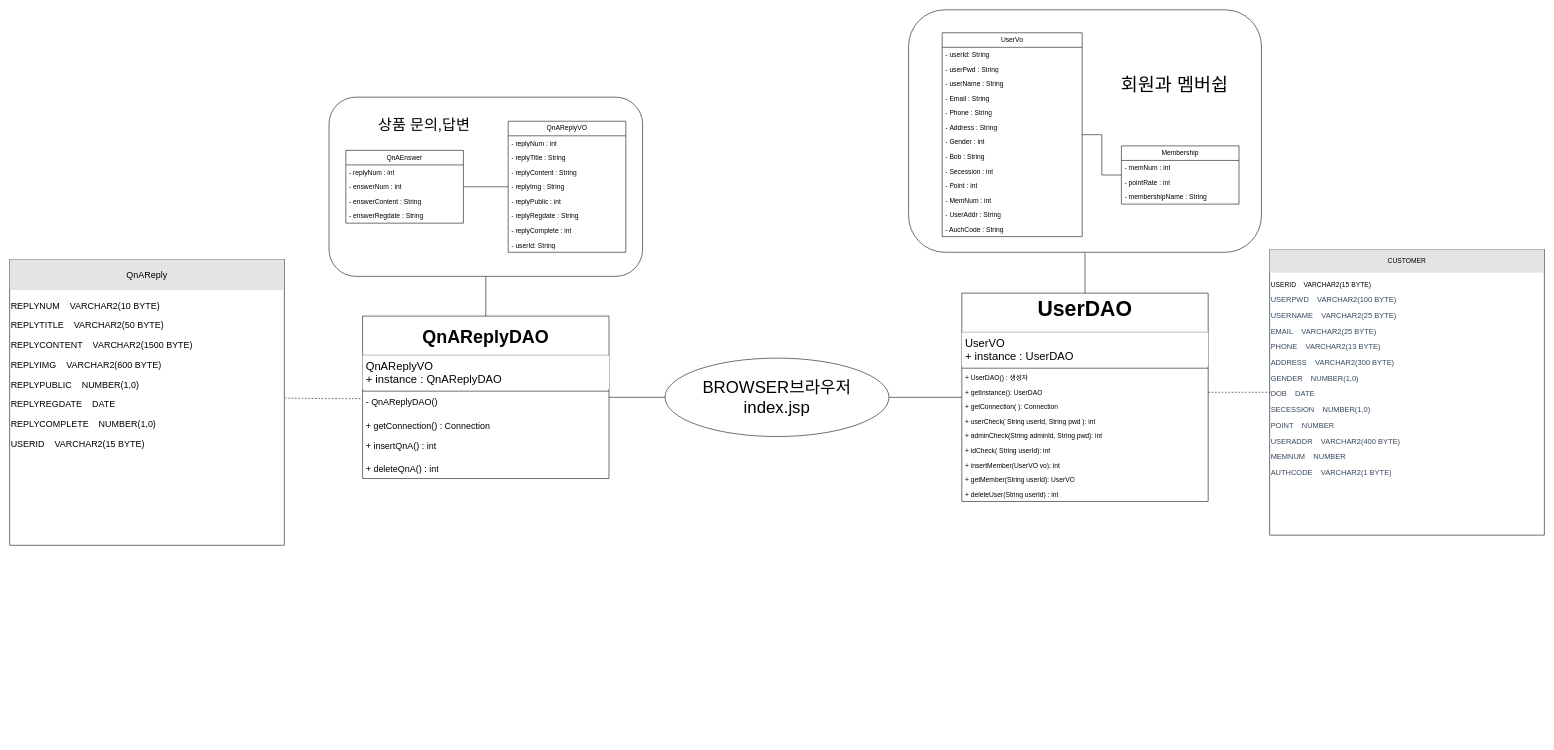
This is 제목 없는 다이어그램.drawio from appcoding-ux/0921, a draw.io file, before an edit. Source tidied: cells renumbered, new cells numbered last; positions are measured from the earlier drawing's top-left corner, leaving out a move shared by most shapes. Both pictures are drawn from the tidied source at 56%, with x=0, y=0 at pixel (10, 10).
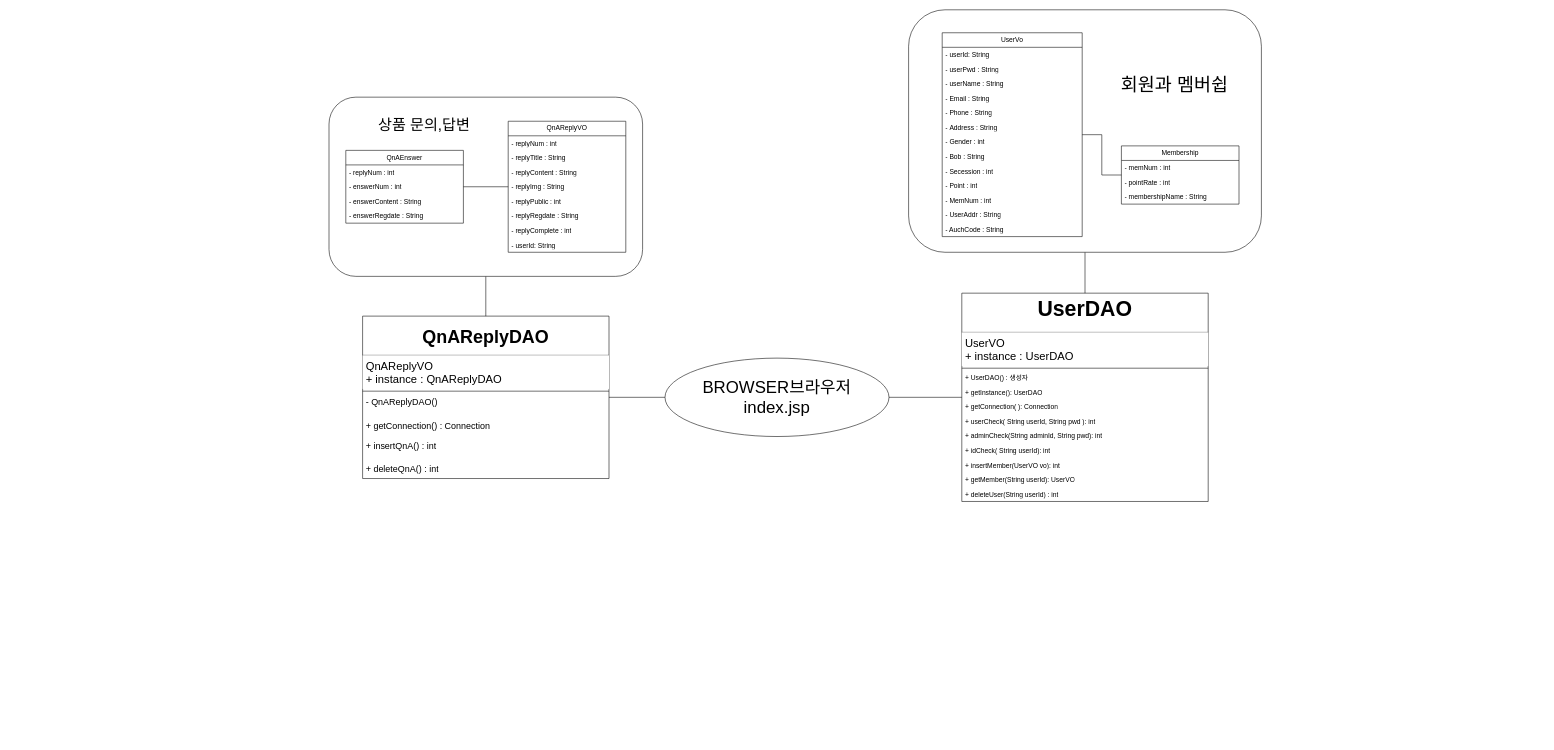
After the change.

Commit message:
제목 없는 다이어그램.drawio 업데이트

Unchanged cells that the change refers to:
```xml
<mxCell id="10" value="+ getInstance(): UserDAO" style="text;strokeColor=none;fillColor=none;align=left;verticalAlign=top;spacingLeft=4;spacingRight=4;overflow=hidden;points=[[0,0.5],[1,0.5]];portConstraint=eastwest;whiteSpace=wrap;html=1;" parent="6" vertex="1">
  <mxGeometry y="164" width="440" height="26" as="geometry" />
</mxCell>
<mxCell id="22" value="&lt;font style=&quot;font-size: 16px;&quot;&gt;- QnAReplyDAO()&lt;/font&gt;" style="text;strokeColor=none;fillColor=none;align=left;verticalAlign=top;spacingLeft=4;spacingRight=4;overflow=hidden;points=[[0,0.5],[1,0.5]];portConstraint=eastwest;whiteSpace=wrap;html=1;" parent="19" vertex="1">
  <mxGeometry y="138" width="440" height="42" as="geometry" />
</mxCell>
```

Change to the diagram source:
```diff
@@
-    <mxCell id="18" value="&lt;div style=&quot;box-sizing:border-box;width:100%;background:#e4e4e4;padding:2px;&quot;&gt;&lt;p style=&quot;text-align: center&quot;&gt;CUSTOMER&lt;/p&gt;&lt;/div&gt;&lt;table style=&quot;width:100%;font-size:1em;&quot; cellpadding=&quot;2&quot; cellspacing=&quot;0&quot;&gt;&lt;tbody&gt;&lt;tr&gt;&lt;td&gt;&lt;p&gt;USERID&lt;span style=&quot;white-space: pre;&quot;&gt;&amp;nbsp;&amp;nbsp;&amp;nbsp;&amp;nbsp;&lt;/span&gt;VARCHAR2(15 BYTE)&lt;/p&gt;&lt;p&gt;&lt;span style=&quot;color: rgb(53, 72, 96); font-size: 10pt; font-family: noto_regular&quot;&gt;USERPWD&lt;span style=&quot;white-space: pre;&quot;&gt;&amp;nbsp;&amp;nbsp;&amp;nbsp;&amp;nbsp;&lt;/span&gt;VARCHAR2(100 BYTE)&lt;/span&gt;&lt;/p&gt;&lt;p&gt;&lt;span style=&quot;color: rgb(53, 72, 96); font-size: 10pt; font-family: noto_regular&quot;&gt;USERNAME&lt;span style=&quot;white-space: pre;&quot;&gt;&amp;nbsp;&amp;nbsp;&amp;nbsp;&amp;nbsp;&lt;/span&gt;VARCHAR2(25 BYTE)&lt;/span&gt;&lt;/p&gt;&lt;p&gt;&lt;span style=&quot;color: rgb(53, 72, 96); font-size: 10pt; font-family: noto_regular&quot;&gt;EMAIL&lt;span style=&quot;white-space: pre;&quot;&gt;&amp;nbsp;&amp;nbsp;&amp;nbsp;&amp;nbsp;&lt;/span&gt;VARCHAR2(25 BYTE)&lt;/span&gt;&lt;/p&gt;&lt;p&gt;&lt;span style=&quot;color: rgb(53, 72, 96); font-size: 10pt; font-family: noto_regular&quot;&gt;PHONE&lt;span style=&quot;white-space: pre;&quot;&gt;&amp;nbsp;&amp;nbsp;&amp;nbsp;&amp;nbsp;&lt;/span&gt;VARCHAR2(13 BYTE)&lt;/span&gt;&lt;/p&gt;&lt;p&gt;&lt;span style=&quot;color: rgb(53, 72, 96); font-size: 10pt; font-family: noto_regular&quot;&gt;ADDRESS&lt;span style=&quot;white-space: pre;&quot;&gt;&amp;nbsp;&amp;nbsp;&amp;nbsp;&amp;nbsp;&lt;/span&gt;VARCHAR2(300 BYTE)&lt;/span&gt;&lt;/p&gt;&lt;p&gt;&lt;span style=&quot;color: rgb(53, 72, 96); font-size: 10pt; font-family: noto_regular&quot;&gt;GENDER&lt;span style=&quot;white-space: pre;&quot;&gt;&amp;nbsp;&amp;nbsp;&amp;nbsp;&amp;nbsp;&lt;/span&gt;NUMBER(1,0)&lt;/span&gt;&lt;/p&gt;&lt;p&gt;&lt;span style=&quot;color: rgb(53, 72, 96); font-size: 10pt; font-family: noto_regular&quot;&gt;DOB&lt;span style=&quot;white-space: pre;&quot;&gt;&amp;nbsp;&amp;nbsp;&amp;nbsp;&amp;nbsp;&lt;/span&gt;DATE&lt;/span&gt;&lt;/p&gt;&lt;p&gt;&lt;span style=&quot;color: rgb(53, 72, 96); font-size: 10pt; font-family: noto_regular&quot;&gt;SECESSION&lt;span style=&quot;white-space: pre;&quot;&gt;&amp;nbsp;&amp;nbsp;&amp;nbsp;&amp;nbsp;&lt;/span&gt;NUMBER(1,0)&lt;/span&gt;&lt;/p&gt;&lt;p&gt;&lt;span style=&quot;color: rgb(53, 72, 96); font-size: 10pt; font-family: noto_regular&quot;&gt;POINT&lt;span style=&quot;white-space: pre;&quot;&gt;&amp;nbsp;&amp;nbsp;&amp;nbsp;&amp;nbsp;&lt;/span&gt;NUMBER&lt;/span&gt;&lt;/p&gt;&lt;p&gt;&lt;span style=&quot;color: rgb(53, 72, 96); font-size: 10pt; font-family: noto_regular&quot;&gt;USERADDR&lt;span style=&quot;white-space: pre;&quot;&gt;&amp;nbsp;&amp;nbsp;&amp;nbsp;&amp;nbsp;&lt;/span&gt;VARCHAR2(400 BYTE)&lt;/span&gt;&lt;/p&gt;&lt;p&gt;&lt;span style=&quot;color: rgb(53, 72, 96); font-size: 10pt; font-family: noto_regular&quot;&gt;MEMNUM&lt;span style=&quot;white-space: pre;&quot;&gt;&amp;nbsp;&amp;nbsp;&amp;nbsp;&amp;nbsp;&lt;/span&gt;NUMBER&lt;/span&gt;&lt;/p&gt;&lt;p&gt;&lt;span style=&quot;color: rgb(53, 72, 96); font-size: 10pt; font-family: noto_regular&quot;&gt;AUTHCODE&lt;span style=&quot;white-space: pre;&quot;&gt;&amp;nbsp;&amp;nbsp;&amp;nbsp;&amp;nbsp;&lt;/span&gt;VARCHAR2(1 BYTE)&lt;/span&gt;&lt;/p&gt;&lt;/td&gt;&lt;td&gt;&lt;br&gt;&lt;/td&gt;&lt;/tr&gt;&lt;/tbody&gt;&lt;/table&gt;" style="verticalAlign=top;align=left;overflow=fill;html=1;whiteSpace=wrap;" parent="1" vertex="1">
-      <mxGeometry x="2250" y="428" width="490" height="510" as="geometry" />
-    </mxCell>
@@
-    <mxCell id="26" value="&lt;div style=&quot;box-sizing: border-box; width: 100%; background: rgb(228, 228, 228); padding: 2px; font-size: 16px;&quot;&gt;&lt;p style=&quot;text-align: center&quot;&gt;QnAReply&lt;/p&gt;&lt;/div&gt;&lt;table style=&quot;width: 100%; font-size: 16px;&quot; cellpadding=&quot;2&quot; cellspacing=&quot;0&quot;&gt;&lt;tbody&gt;&lt;tr&gt;&lt;td&gt;&lt;p&gt;&lt;font style=&quot;font-size: 16px;&quot;&gt;REPLYNUM&lt;span style=&quot;white-space: pre;&quot;&gt;&amp;nbsp;&amp;nbsp;&amp;nbsp;&amp;nbsp;&lt;/span&gt;VARCHAR2(10 BYTE)&lt;/font&gt;&lt;/p&gt;&lt;p&gt;&lt;font style=&quot;font-size: 16px;&quot;&gt;REPLYTITLE&lt;span style=&quot;&quot;&gt;&lt;span style=&quot;white-space: pre;&quot;&gt;&amp;nbsp;&amp;nbsp;&amp;nbsp;&amp;nbsp;&lt;/span&gt;&lt;/span&gt;VARCHAR2(50 BYTE)&lt;/font&gt;&lt;/p&gt;&lt;p&gt;&lt;font style=&quot;font-size: 16px;&quot;&gt;REPLYCONTENT&lt;span style=&quot;&quot;&gt;&lt;span style=&quot;white-space: pre;&quot;&gt;&amp;nbsp;&amp;nbsp;&amp;nbsp;&amp;nbsp;&lt;/span&gt;&lt;/span&gt;VARCHAR2(1500 BYTE)&lt;/font&gt;&lt;/p&gt;&lt;p&gt;&lt;font style=&quot;font-size: 16px;&quot;&gt;REPLYIMG&lt;span style=&quot;&quot;&gt;&lt;span style=&quot;white-space: pre;&quot;&gt;&amp;nbsp;&amp;nbsp;&amp;nbsp;&amp;nbsp;&lt;/span&gt;&lt;/span&gt;VARCHAR2(600 BYTE)&lt;/font&gt;&lt;/p&gt;&lt;p&gt;&lt;font style=&quot;font-size: 16px;&quot;&gt;REPLYPUBLIC&lt;span style=&quot;&quot;&gt;&lt;span style=&quot;white-space: pre;&quot;&gt;&amp;nbsp;&amp;nbsp;&amp;nbsp;&amp;nbsp;&lt;/span&gt;&lt;/span&gt;NUMBER(1,0)&lt;/font&gt;&lt;/p&gt;&lt;p&gt;&lt;font style=&quot;font-size: 16px;&quot;&gt;REPLYREGDATE&lt;span style=&quot;&quot;&gt;&lt;span style=&quot;white-space: pre;&quot;&gt;&amp;nbsp;&amp;nbsp;&amp;nbsp;&amp;nbsp;&lt;/span&gt;&lt;/span&gt;DATE&lt;/font&gt;&lt;/p&gt;&lt;p&gt;&lt;font style=&quot;font-size: 16px;&quot;&gt;REPLYCOMPLETE&lt;span style=&quot;&quot;&gt;&lt;span style=&quot;white-space: pre;&quot;&gt;&amp;nbsp;&amp;nbsp;&amp;nbsp;&amp;nbsp;&lt;/span&gt;&lt;/span&gt;NUMBER(1,0)&lt;/font&gt;&lt;/p&gt;&lt;p&gt;&lt;font style=&quot;font-size: 16px;&quot;&gt;USERID&lt;span style=&quot;white-space: pre;&quot;&gt;&amp;nbsp;&amp;nbsp;&amp;nbsp;&amp;nbsp;&lt;/span&gt;VARCHAR2(15 BYTE)&lt;/font&gt;&lt;/p&gt;&lt;/td&gt;&lt;td&gt;&lt;br&gt;&lt;/td&gt;&lt;/tr&gt;&lt;/tbody&gt;&lt;/table&gt;" style="verticalAlign=top;align=left;overflow=fill;html=1;whiteSpace=wrap;" parent="1" vertex="1">
-      <mxGeometry y="446" width="490" height="510" as="geometry" />
-    </mxCell>
-    <mxCell id="27" style="edgeStyle=orthogonalEdgeStyle;rounded=0;jettySize=auto;html=1;exitX=-0.009;exitY=0.222;exitDx=0;exitDy=0;entryX=1.004;entryY=0.485;entryDx=0;entryDy=0;entryPerimeter=0;exitPerimeter=0;dashed=1;endArrow=none;endFill=0;" parent="1" edge="1" source="22" target="26">
-      <mxGeometry relative="1" as="geometry" />
-    </mxCell>
@@
-    <mxCell id="46" style="edgeStyle=orthogonalEdgeStyle;rounded=0;jettySize=auto;html=1;exitX=1;exitY=0.5;exitDx=0;exitDy=0;entryX=0;entryY=0.5;entryDx=0;entryDy=0;dashed=1;endArrow=none;endFill=0;" parent="1" edge="1" source="10" target="18">
-      <mxGeometry relative="1" as="geometry" />
-    </mxCell>
```
